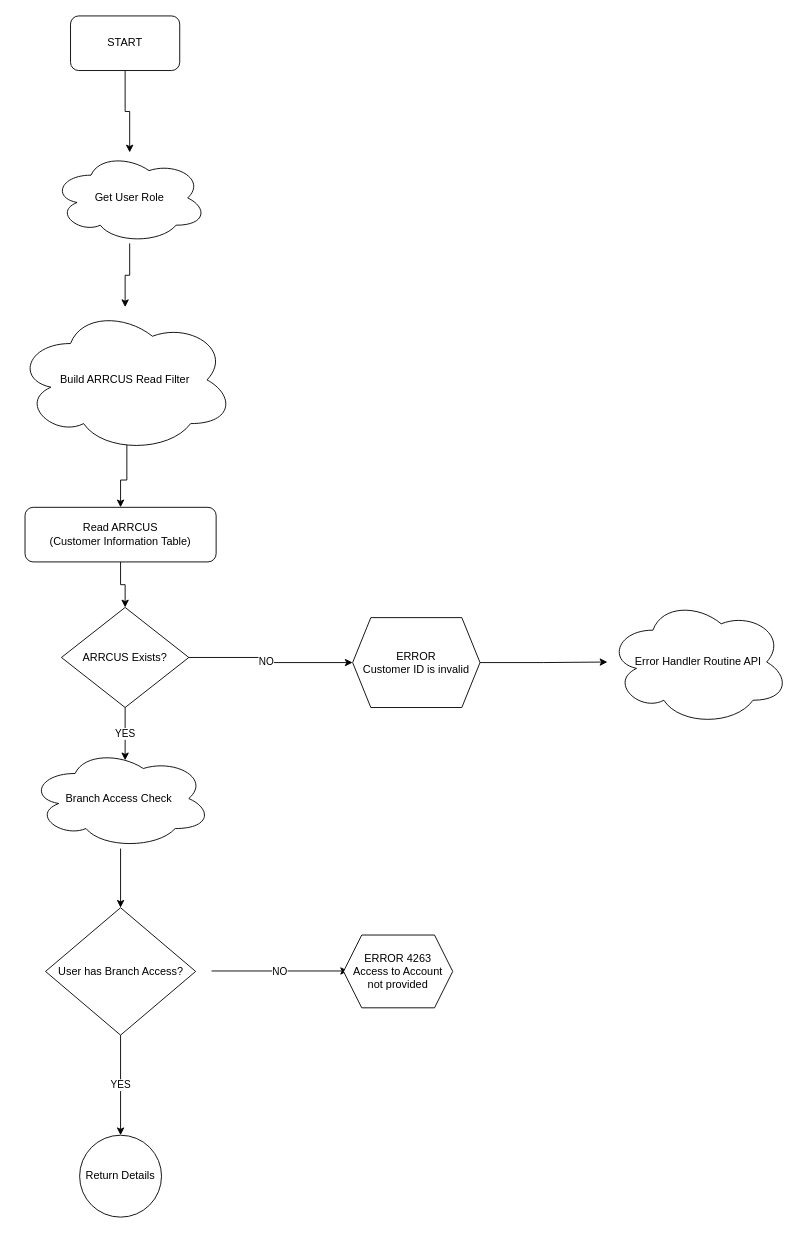
eme-invera/Customer_Maintenance keeps this draw.io diagram as Get_Customer_Info.drawio. Above is the earlier version. Source tidied: cells renumbered, new cells numbered last; positions are measured from the earlier drawing's top-left corner, leaving out a move shared by most shapes. Both pictures are drawn from the tidied source at 91%, with x=0, y=0 at pixel (15, 15).
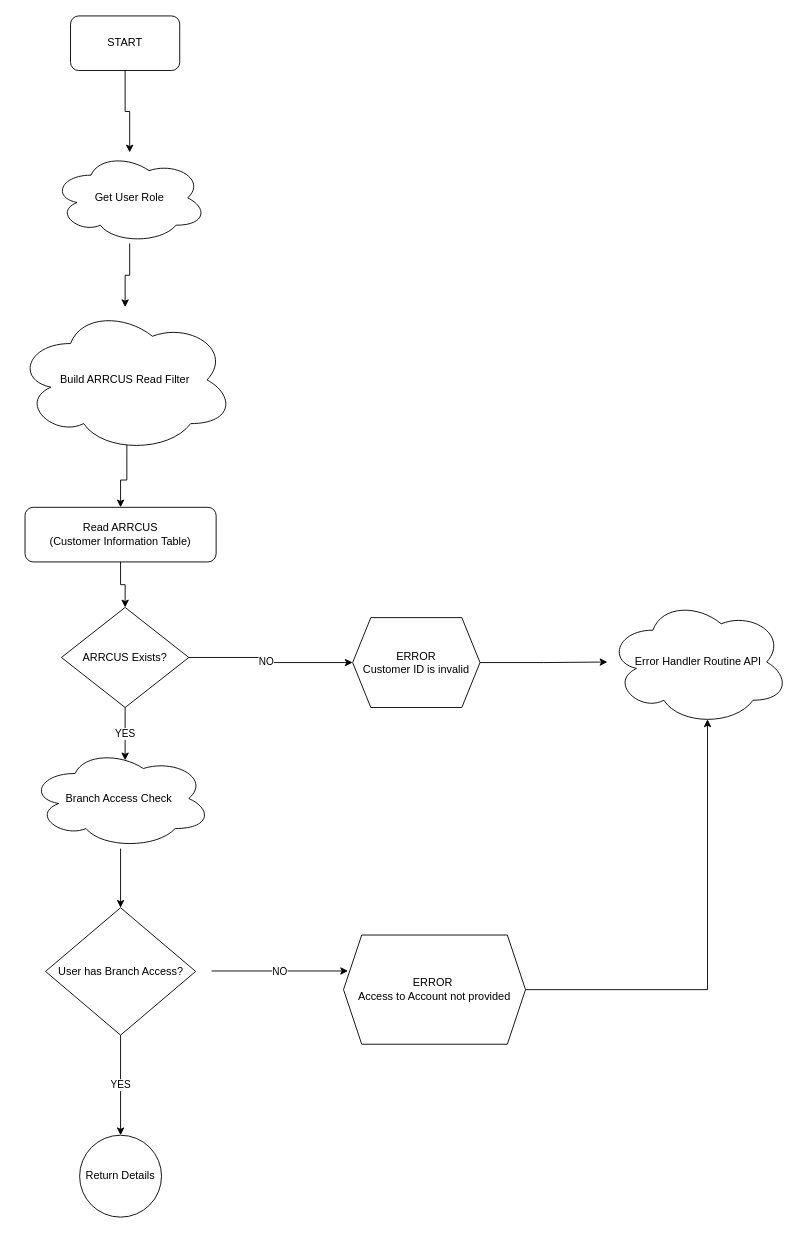
After the change.

The change refers to these unchanged cells:
```xml
<mxCell id="19" value="Error Handler Routine API" style="ellipse;shape=cloud;whiteSpace=wrap;html=1;" parent="1" vertex="1">
  <mxGeometry x="650" y="640" width="200" height="140" as="geometry" />
</mxCell>
```

The edit, as a diff of the source:
```diff
@@
-    <mxCell id="17" value="ERROR 4263&lt;br&gt;Access to Account not provided" style="shape=hexagon;perimeter=hexagonPerimeter2;whiteSpace=wrap;html=1;fixedSize=1;" parent="1" vertex="1">
-      <mxGeometry x="360" y="1010" width="120" height="80" as="geometry" />
+    <mxCell id="17" value="ERROR&amp;nbsp;&lt;br&gt;Access to Account not provided" style="shape=hexagon;perimeter=hexagonPerimeter2;whiteSpace=wrap;html=1;fixedSize=1;" parent="1" vertex="1">
+      <mxGeometry x="360" y="1010" width="200" height="120" as="geometry" />
     </mxCell>
@@
+    <mxCell id="24" style="edgeStyle=orthogonalEdgeStyle;rounded=0;jettySize=auto;html=1;entryX=0.55;entryY=0.95;entryDx=0;entryDy=0;entryPerimeter=0;" parent="1" edge="1" source="17" target="19">
+      <mxGeometry relative="1" as="geometry" />
+    </mxCell>
```
